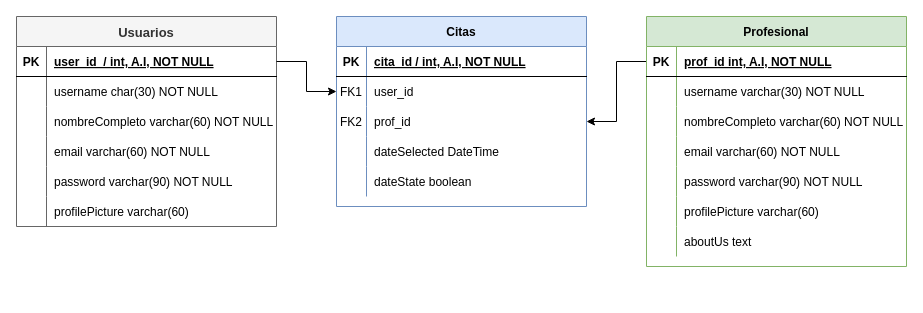
Eat-Fit/ERM-DB keeps this draw.io diagram as Untitled Diagram.drawio. Above is the earlier version. Source tidied: cells renumbered, new cells numbered last; positions are measured from the earlier drawing's top-left corner, leaving out a move shared by most shapes. Both pictures are drawn from the tidied source at 100%, with x=0, y=0 at pixel (16, 16).
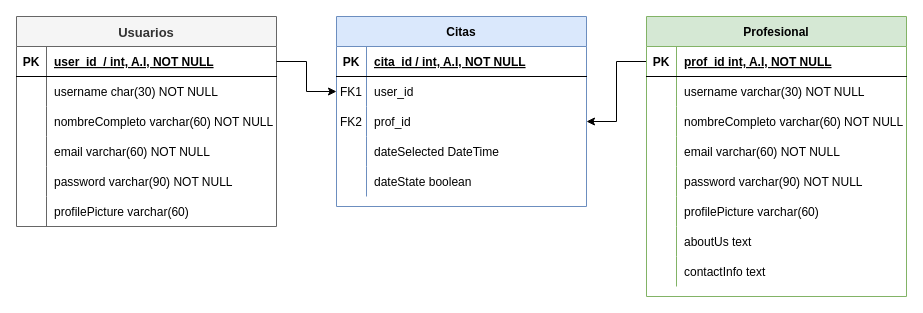
After the change.

The edit, as a diff of the source:
```diff
@@
     <mxCell id="23" value="Profesional" style="shape=table;startSize=30;childLayout=tableLayout;rowLines=0;fontStyle=1;align=center;fillColor=#d5e8d4;strokeColor=#82b366;" parent="1" vertex="1">
-      <mxGeometry x="630" width="260" height="250" as="geometry" />
+      <mxGeometry x="630" width="260" height="280" as="geometry" />
     </mxCell>
@@
+    <mxCell id="61" style="shape=partialRectangle;fillColor=none;top=0;left=0;right=0;bottom=0;" parent="23" vertex="1">
+      <mxGeometry y="240" width="260" height="30" as="geometry" />
+    </mxCell>
+    <mxCell id="62" style="shape=partialRectangle;overflow=hidden;fillColor=none;top=0;left=0;bottom=0;right=0;" parent="61" vertex="1">
+      <mxGeometry width="30" height="30" as="geometry" />
+    </mxCell>
+    <mxCell id="63" value="contactInfo text" style="shape=partialRectangle;overflow=hidden;fillColor=none;top=0;left=0;bottom=0;right=0;align=left;spacingLeft=6;" parent="61" vertex="1">
+      <mxGeometry x="30" width="230" height="30" as="geometry" />
+    </mxCell>
```
